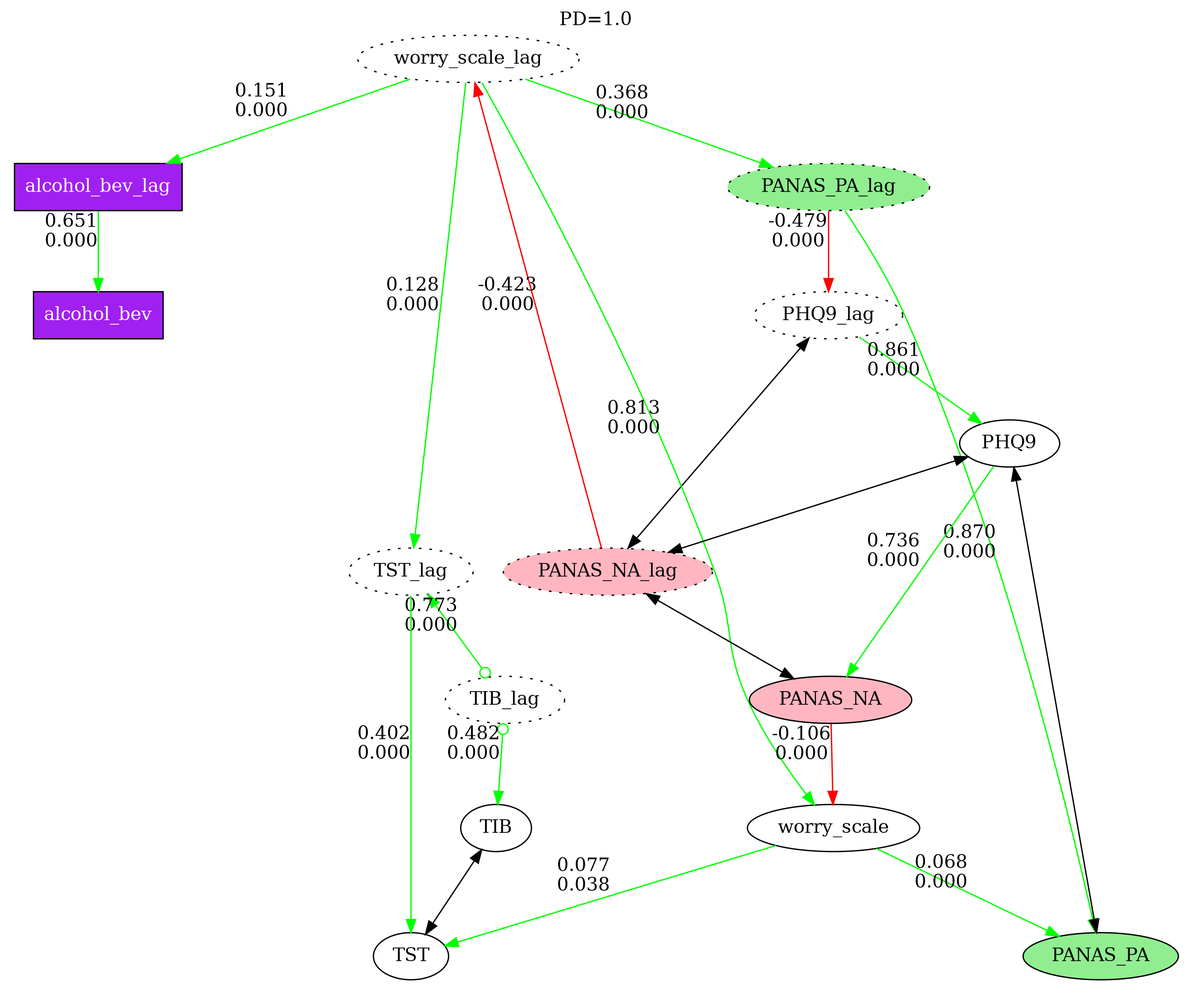
Above: paired_graph_pd1.png in kelvinlim/fastcda (Graphviz), before the change. Its source is kept beside it as paired_graph_pd1.dot. Source of this version:
```dot
digraph {
	node [color=black shape=oval]
	dpi=300
	alcohol_bev_lag -> alcohol_bev [label="0.651
0.000" arrowhead=normal arrowtail=none color=green dir=both]
	TIB_lag -> TST_lag [label="0.773
0.000" arrowhead=normal arrowtail=odot color=green dir=both]
	PANAS_PA_lag -> PHQ9_lag [label="-0.479
0.000" arrowhead=normal arrowtail=none color=red dir=both]
	worry_scale_lag -> TST_lag [label="0.128
0.000" arrowhead=normal arrowtail=none color=green dir=both]
	PHQ9_lag -> PANAS_NA_lag [label="" arrowhead=normal arrowtail=normal color=black dir=both]
	TIB -> TST [label="" arrowhead=normal arrowtail=normal color=black dir=both]
	TST_lag -> TST [label="0.402
0.000" arrowhead=normal arrowtail=none color=green dir=both]
	PANAS_PA_lag -> PANAS_PA [label="0.870
0.000" arrowhead=normal arrowtail=none color=green dir=both]
	PANAS_NA -> PANAS_NA_lag [label="" arrowhead=normal arrowtail=normal color=black dir=both]
	worry_scale -> PANAS_PA [label="0.068
0.000" arrowhead=normal arrowtail=none color=green dir=both]
	PANAS_NA_lag -> worry_scale_lag [label="-0.423
0.000" arrowhead=normal arrowtail=none color=red dir=both]
	PHQ9 -> PANAS_NA_lag [label="" arrowhead=normal arrowtail=normal color=black dir=both]
	worry_scale_lag -> worry_scale [label="0.813
0.000" arrowhead=normal arrowtail=none color=green dir=both]
	PHQ9 -> PANAS_NA [label="0.736
0.000" arrowhead=normal arrowtail=none color=green dir=both]
	worry_scale_lag -> alcohol_bev_lag [label="0.151
0.000" arrowhead=normal arrowtail=none color=green dir=both]
	PANAS_NA -> worry_scale [label="-0.106
0.000" arrowhead=normal arrowtail=none color=red dir=both]
	TIB_lag -> TIB [label="0.482
0.000" arrowhead=normal arrowtail=odot color=green dir=both]
	worry_scale_lag -> PANAS_PA_lag [label="0.368
0.000" arrowhead=normal arrowtail=none color=green dir=both]
	PANAS_PA -> PHQ9 [label="" arrowhead=normal arrowtail=normal color=black dir=both]
	PHQ9_lag -> PHQ9 [label="0.861
0.000" arrowhead=normal arrowtail=none color=green dir=both]
	worry_scale -> TST [label="0.077
0.038" arrowhead=normal arrowtail=none color=green dir=both]
	PANAS_NA [fillcolor=lightpink style=filled]
	PANAS_NA_lag [fillcolor=lightpink style="filled,dotted"]
	PANAS_PA [fillcolor=lightgreen style=filled]
	PANAS_PA_lag [fillcolor=lightgreen style="filled,dotted"]
	PHQ9_lag [style=dotted]
	TIB_lag [style=dotted]
	TST_lag [style=dotted]
	alcohol_bev [fillcolor=purple fontcolor=white shape=box style=filled]
	alcohol_bev_lag [fillcolor=purple fontcolor=white shape=box style=filled]
	worry_scale_lag [style=dotted]
	alcohol_bev_lag [pos="1.1555,12.25!"]
	alcohol_bev [pos="1.1555,10.25!"]
	TIB_lag [pos="6.8638,4.25!"]
	TST_lag [pos="5.5443,6.25!"]
	PANAS_PA_lag [pos="11.405,12.25!"]
	PHQ9_lag [pos="11.405,10.25!"]
	worry_scale_lag [pos="6.3499,14.25!"]
	PANAS_NA_lag [pos="8.3082,6.25!"]
	TIB [pos="6.7388,2.25!"]
	TST [pos="5.5443,0.25!"]
	PANAS_PA [pos="15.225,0.25!"]
	PANAS_NA [pos="11.433,4.25!"]
	worry_scale [pos="11.475,2.25!"]
	PHQ9 [pos="13.947,8.25!"]
	overlap=false splines=true
	ratio=fill size="10,8!"
	fontsize=14 label="PD=1.0" labelloc=t
}
```
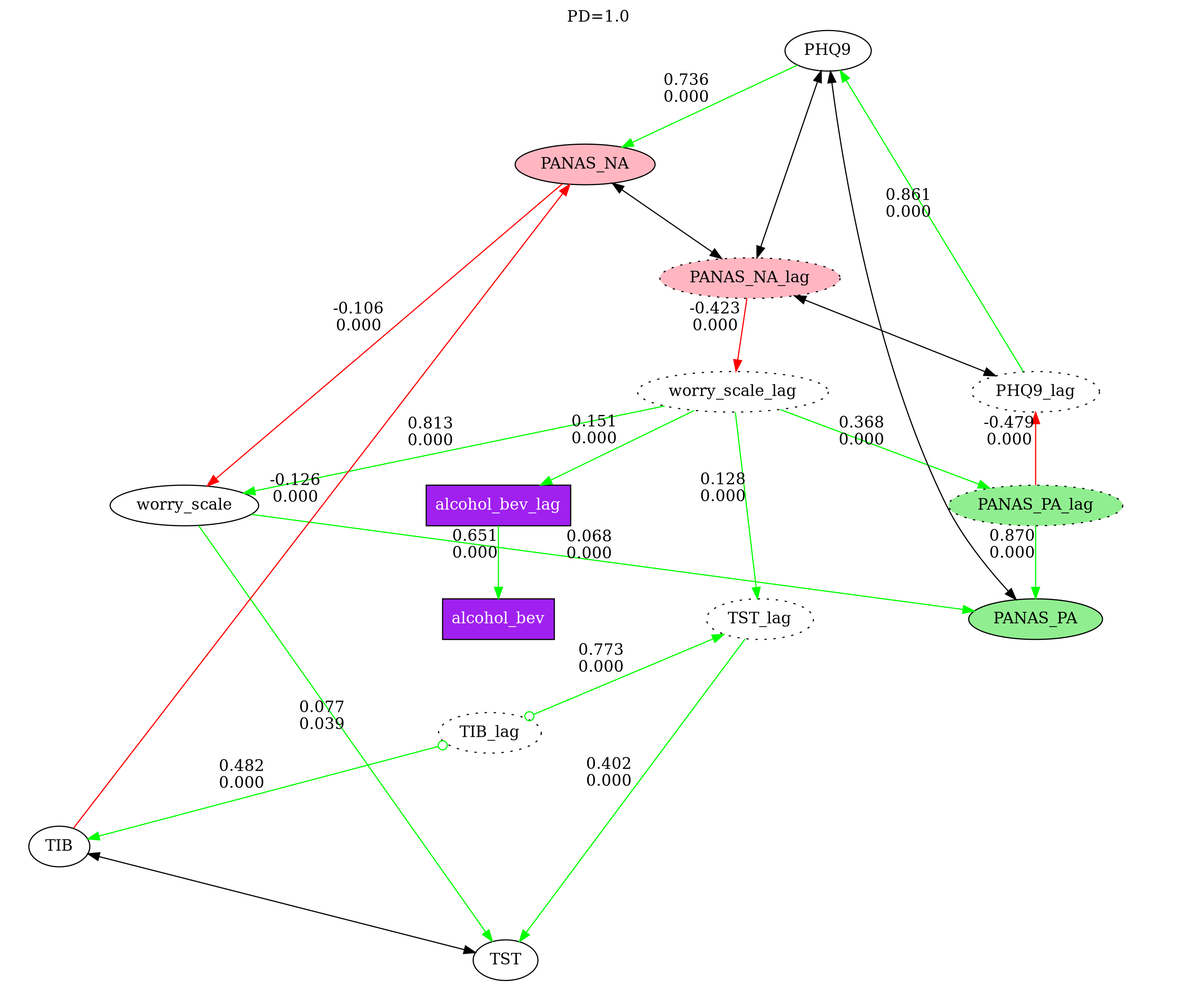
The same file after the commit.

What changed in the source:
```diff
@@ -1,43 +1,45 @@
 digraph {
 	node [color=black shape=oval]
 	dpi=300
-	alcohol_bev_lag -> alcohol_bev [label="0.651
+	PHQ9 -> PANAS_NA [label="0.736
 0.000" arrowhead=normal arrowtail=none color=green dir=both]
+	worry_scale_lag -> worry_scale [label="0.813
+0.000" arrowhead=normal arrowtail=none color=green dir=both]
+	TIB -> PANAS_NA [label="-0.126
+0.000" arrowhead=normal arrowtail=none color=red dir=both]
+	worry_scale_lag -> PANAS_PA_lag [label="0.368
+0.000" arrowhead=normal arrowtail=none color=green dir=both]
+	worry_scale -> TST [label="0.077
+0.039" arrowhead=normal arrowtail=none color=green dir=both]
+	PHQ9 -> PANAS_NA_lag [label="" arrowhead=normal arrowtail=normal color=black dir=both]
+	worry_scale_lag -> TST_lag [label="0.128
+0.000" arrowhead=normal arrowtail=none color=green dir=both]
+	worry_scale -> PANAS_PA [label="0.068
+0.000" arrowhead=normal arrowtail=none color=green dir=both]
+	PANAS_NA -> PANAS_NA_lag [label="" arrowhead=normal arrowtail=normal color=black dir=both]
 	TIB_lag -> TST_lag [label="0.773
 0.000" arrowhead=normal arrowtail=odot color=green dir=both]
 	PANAS_PA_lag -> PHQ9_lag [label="-0.479
 0.000" arrowhead=normal arrowtail=none color=red dir=both]
-	worry_scale_lag -> TST_lag [label="0.128
+	worry_scale_lag -> alcohol_bev_lag [label="0.151
+0.000" arrowhead=normal arrowtail=none color=green dir=both]
+	TIB -> TST [label="" arrowhead=normal arrowtail=normal color=black dir=both]
+	alcohol_bev_lag -> alcohol_bev [label="0.651
+0.000" arrowhead=normal arrowtail=none color=green dir=both]
+	PANAS_PA -> PHQ9 [label="" arrowhead=normal arrowtail=normal color=black dir=both]
+	TIB_lag -> TIB [label="0.482
+0.000" arrowhead=normal arrowtail=odot color=green dir=both]
+	PANAS_NA_lag -> worry_scale_lag [label="-0.423
+0.000" arrowhead=normal arrowtail=none color=red dir=both]
+	PANAS_PA_lag -> PANAS_PA [label="0.870
 0.000" arrowhead=normal arrowtail=none color=green dir=both]
 	PHQ9_lag -> PANAS_NA_lag [label="" arrowhead=normal arrowtail=normal color=black dir=both]
-	TIB -> TST [label="" arrowhead=normal arrowtail=normal color=black dir=both]
-	TST_lag -> TST [label="0.402
-0.000" arrowhead=normal arrowtail=none color=green dir=both]
-	PANAS_PA_lag -> PANAS_PA [label="0.870
-0.000" arrowhead=normal arrowtail=none color=green dir=both]
-	PANAS_NA -> PANAS_NA_lag [label="" arrowhead=normal arrowtail=normal color=black dir=both]
-	worry_scale -> PANAS_PA [label="0.068
-0.000" arrowhead=normal arrowtail=none color=green dir=both]
-	PANAS_NA_lag -> worry_scale_lag [label="-0.423
-0.000" arrowhead=normal arrowtail=none color=red dir=both]
-	PHQ9 -> PANAS_NA_lag [label="" arrowhead=normal arrowtail=normal color=black dir=both]
-	worry_scale_lag -> worry_scale [label="0.813
-0.000" arrowhead=normal arrowtail=none color=green dir=both]
-	PHQ9 -> PANAS_NA [label="0.736
-0.000" arrowhead=normal arrowtail=none color=green dir=both]
-	worry_scale_lag -> alcohol_bev_lag [label="0.151
+	PHQ9_lag -> PHQ9 [label="0.861
 0.000" arrowhead=normal arrowtail=none color=green dir=both]
 	PANAS_NA -> worry_scale [label="-0.106
 0.000" arrowhead=normal arrowtail=none color=red dir=both]
-	TIB_lag -> TIB [label="0.482
-0.000" arrowhead=normal arrowtail=odot color=green dir=both]
-	worry_scale_lag -> PANAS_PA_lag [label="0.368
+	TST_lag -> TST [label="0.402
 0.000" arrowhead=normal arrowtail=none color=green dir=both]
-	PANAS_PA -> PHQ9 [label="" arrowhead=normal arrowtail=normal color=black dir=both]
-	PHQ9_lag -> PHQ9 [label="0.861
-0.000" arrowhead=normal arrowtail=none color=green dir=both]
-	worry_scale -> TST [label="0.077
-0.038" arrowhead=normal arrowtail=none color=green dir=both]
 	PANAS_NA [fillcolor=lightpink style=filled]
 	PANAS_NA_lag [fillcolor=lightpink style="filled,dotted"]
 	PANAS_PA [fillcolor=lightgreen style=filled]
@@ -48,20 +50,20 @@
 	alcohol_bev [fillcolor=purple fontcolor=white shape=box style=filled]
 	alcohol_bev_lag [fillcolor=purple fontcolor=white shape=box style=filled]
 	worry_scale_lag [style=dotted]
-	alcohol_bev_lag [pos="1.1555,12.25!"]
-	alcohol_bev [pos="1.1555,10.25!"]
-	TIB_lag [pos="6.8638,4.25!"]
-	TST_lag [pos="5.5443,6.25!"]
-	PANAS_PA_lag [pos="11.405,12.25!"]
-	PHQ9_lag [pos="11.405,10.25!"]
-	worry_scale_lag [pos="6.3499,14.25!"]
-	PANAS_NA_lag [pos="8.3082,6.25!"]
-	TIB [pos="6.7388,2.25!"]
-	TST [pos="5.5443,0.25!"]
-	PANAS_PA [pos="15.225,0.25!"]
-	PANAS_NA [pos="11.433,4.25!"]
-	worry_scale [pos="11.475,2.25!"]
-	PHQ9 [pos="13.947,8.25!"]
+	PHQ9 [pos="8.7222,16.25!"]
+	PANAS_NA [pos="6.3472,14.25!"]
+	worry_scale_lag [pos="7.7917,10.25!"]
+	worry_scale [pos="2.4306,8.25!"]
+	TIB [pos="1.2083,2.25!"]
+	PANAS_PA_lag [pos="10.75,8.25!"]
+	TST [pos="5.5694,0.25!"]
+	PANAS_NA_lag [pos="7.9583,12.25!"]
+	TST_lag [pos="8.0556,6.25!"]
+	PANAS_PA [pos="10.75,6.25!"]
+	TIB_lag [pos="5.4167,4.25!"]
+	PHQ9_lag [pos="10.75,10.25!"]
+	alcohol_bev_lag [pos="5.5,8.25!"]
+	alcohol_bev [pos="5.5,6.25!"]
 	overlap=false splines=true
 	ratio=fill size="10,8!"
 	fontsize=14 label="PD=1.0" labelloc=t
```
